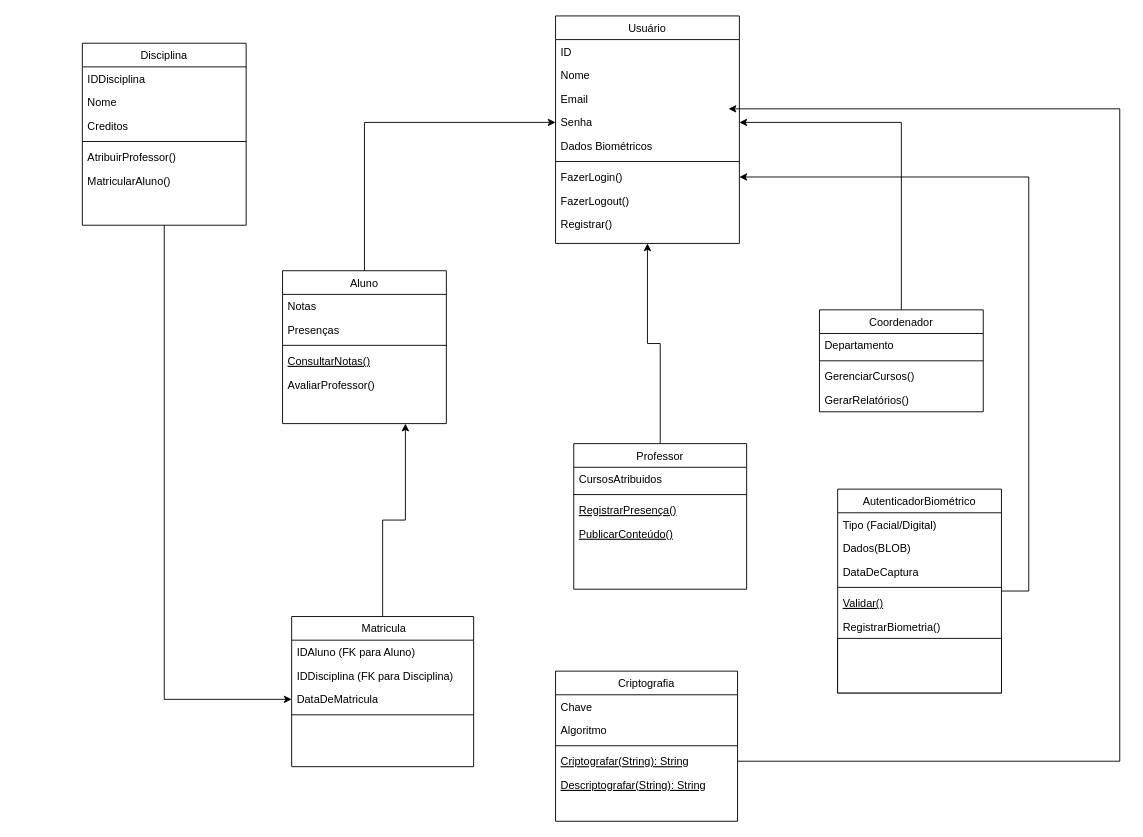
Luanhp0/Exercicio_html_js keeps this draw.io diagram as Diagrama sem nome.drawio. Above is the earlier version. Source tidied: cells renumbered, new cells numbered last; positions are measured from the earlier drawing's top-left corner, leaving out a move shared by most shapes. Both pictures are drawn from the tidied source at 91%, with x=0, y=0 at pixel (82, 15).
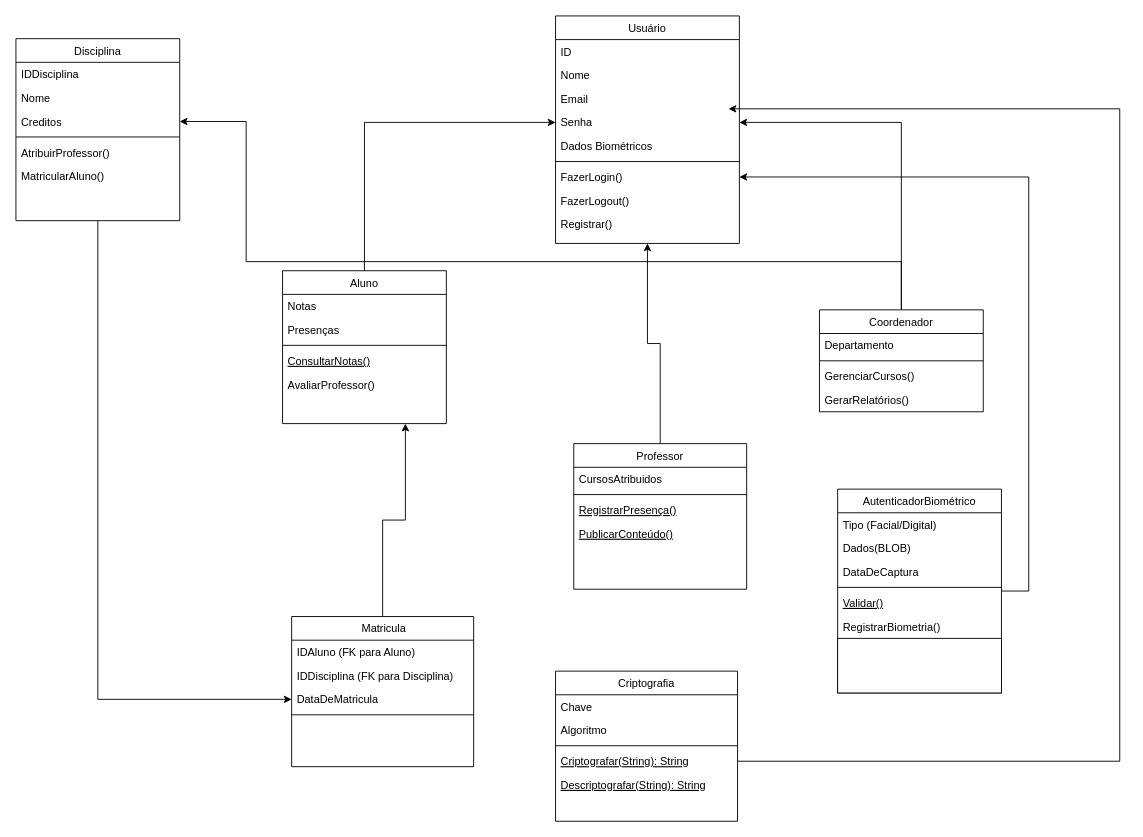
The same diagram, later.

Unchanged cells that the change refers to:
```xml
<mxCell id="6" value="Creditos" style="text;align=left;verticalAlign=top;spacingLeft=4;spacingRight=4;overflow=hidden;points=[[0,0.5],[1,0.5]];portConstraint=eastwest;rounded=0;shadow=0;html=0;" parent="3" vertex="1">
  <mxGeometry y="78" width="180" height="26" as="geometry" />
</mxCell>
<mxCell id="34" value="&lt;span style=&quot;font-weight: normal;&quot;&gt;Coordenador&lt;/span&gt;" style="swimlane;fontStyle=1;align=center;verticalAlign=top;horizontal=1;startSize=26;whiteSpace=wrap;html=1;" parent="1" vertex="1">
  <mxGeometry x="810" y="323" width="180" height="112" as="geometry" />
</mxCell>
```

The edit, as a diff of the source:
```diff
@@
     <mxCell id="3" value="Disciplina" style="swimlane;fontStyle=0;align=center;verticalAlign=top;horizontal=1;startSize=26;rounded=0;shadow=0;strokeWidth=1;" parent="1" vertex="1">
-      <mxGeometry y="30" width="180" height="200" as="geometry" />
+      <mxGeometry x="-73" y="25" width="180" height="200" as="geometry" />
     </mxCell>
@@
+    <mxCell id="61" style="edgeStyle=orthogonalEdgeStyle;rounded=0;jettySize=auto;html=1;entryX=1;entryY=0.5;entryDx=0;entryDy=0;" parent="1" edge="1" source="34" target="6">
+      <mxGeometry relative="1" as="geometry">
+        <Array as="points">
+          <mxPoint x="900" y="270" />
+          <mxPoint x="180" y="270" />
+        </Array>
+      </mxGeometry>
+    </mxCell>
```
